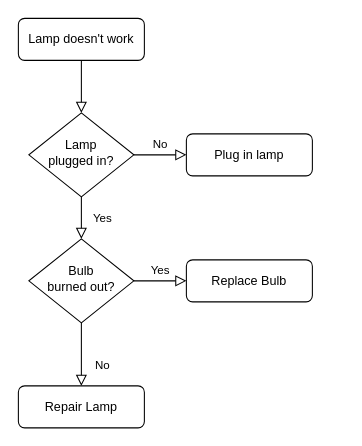
Earlier version of the draw.io diagram Untitled Diagram.drawio (nazrin-aghayeva/review-lea-diagram). Source tidied: cells renumbered, new cells numbered last; positions are measured from the earlier drawing's top-left corner, leaving out a move shared by most shapes. Both pictures are drawn from the tidied source at 105%, with x=0, y=0 at pixel (18, 18).
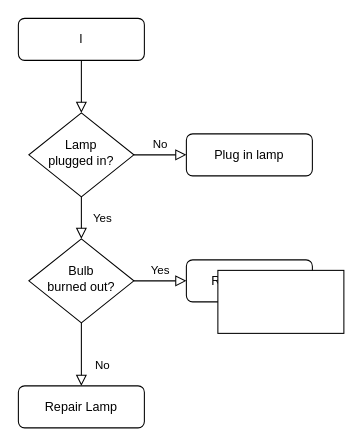
The same diagram, later.

Change to the diagram source:
```diff
@@
 <mxGraphModel>
   <root>
     <mxCell id="0" />
     <mxCell id="1" parent="0" />
     <mxCell id="2" style="rounded=0;html=1;jettySize=auto;fontSize=11;endArrow=block;endFill=0;endSize=8;strokeWidth=1;shadow=0;labelBackgroundColor=none;edgeStyle=orthogonalEdgeStyle;" parent="1" edge="1" source="3" target="6">
       <mxGeometry relative="1" as="geometry" />
     </mxCell>
-    <mxCell id="3" value="Lamp doesn't work" style="rounded=1;whiteSpace=wrap;html=1;fontSize=12;glass=0;strokeWidth=1;shadow=0;" parent="1" vertex="1">
+    <mxCell id="3" value="l" style="rounded=1;whiteSpace=wrap;html=1;fontSize=12;glass=0;strokeWidth=1;shadow=0;" parent="1" vertex="1">
       <mxGeometry width="120" height="40" as="geometry" />
     </mxCell>
     <mxCell id="4" value="Yes" style="rounded=0;html=1;jettySize=auto;fontSize=11;endArrow=block;endFill=0;endSize=8;strokeWidth=1;shadow=0;labelBackgroundColor=none;edgeStyle=orthogonalEdgeStyle;" parent="1" edge="1" source="6" target="10">
       <mxGeometry y="20" relative="1" as="geometry" />
     </mxCell>
     <mxCell id="5" value="No" style="edgeStyle=orthogonalEdgeStyle;rounded=0;html=1;jettySize=auto;fontSize=11;endArrow=block;endFill=0;endSize=8;strokeWidth=1;shadow=0;labelBackgroundColor=none;" parent="1" edge="1" source="6" target="7">
       <mxGeometry y="10" relative="1" as="geometry" />
     </mxCell>
     <mxCell id="6" value="Lamp&lt;br&gt;plugged in?" style="rhombus;whiteSpace=wrap;html=1;shadow=0;fontFamily=Helvetica;fontSize=12;align=center;strokeWidth=1;spacing=6;spacingTop=-4;" parent="1" vertex="1">
       <mxGeometry x="10" y="90" width="100" height="80" as="geometry" />
     </mxCell>
     <mxCell id="7" value="Plug in lamp" style="rounded=1;whiteSpace=wrap;html=1;fontSize=12;glass=0;strokeWidth=1;shadow=0;" parent="1" vertex="1">
       <mxGeometry x="160" y="110" width="120" height="40" as="geometry" />
     </mxCell>
     <mxCell id="8" value="No" style="rounded=0;html=1;jettySize=auto;fontSize=11;endArrow=block;endFill=0;endSize=8;strokeWidth=1;shadow=0;labelBackgroundColor=none;edgeStyle=orthogonalEdgeStyle;" parent="1" edge="1" source="10" target="11">
       <mxGeometry x="0.33" y="20" relative="1" as="geometry" />
     </mxCell>
     <mxCell id="9" value="Yes" style="edgeStyle=orthogonalEdgeStyle;rounded=0;html=1;jettySize=auto;fontSize=11;endArrow=block;endFill=0;endSize=8;strokeWidth=1;shadow=0;labelBackgroundColor=none;" parent="1" edge="1" source="10" target="12">
       <mxGeometry y="10" relative="1" as="geometry" />
     </mxCell>
     <mxCell id="10" value="Bulb&lt;br&gt;burned out?" style="rhombus;whiteSpace=wrap;html=1;shadow=0;fontFamily=Helvetica;fontSize=12;align=center;strokeWidth=1;spacing=6;spacingTop=-4;" parent="1" vertex="1">
       <mxGeometry x="10" y="210" width="100" height="80" as="geometry" />
     </mxCell>
     <mxCell id="11" value="Repair Lamp" style="rounded=1;whiteSpace=wrap;html=1;fontSize=12;glass=0;strokeWidth=1;shadow=0;" parent="1" vertex="1">
       <mxGeometry y="350" width="120" height="40" as="geometry" />
     </mxCell>
     <mxCell id="12" value="Replace Bulb" style="rounded=1;whiteSpace=wrap;html=1;fontSize=12;glass=0;strokeWidth=1;shadow=0;" parent="1" vertex="1">
       <mxGeometry x="160" y="230" width="120" height="40" as="geometry" />
     </mxCell>
+    <mxCell id="13" style="whiteSpace=wrap;html=1;" parent="1" vertex="1">
+      <mxGeometry x="190" y="240" width="120" height="60" as="geometry" />
+    </mxCell>
   </root>
 </mxGraphModel>
```
